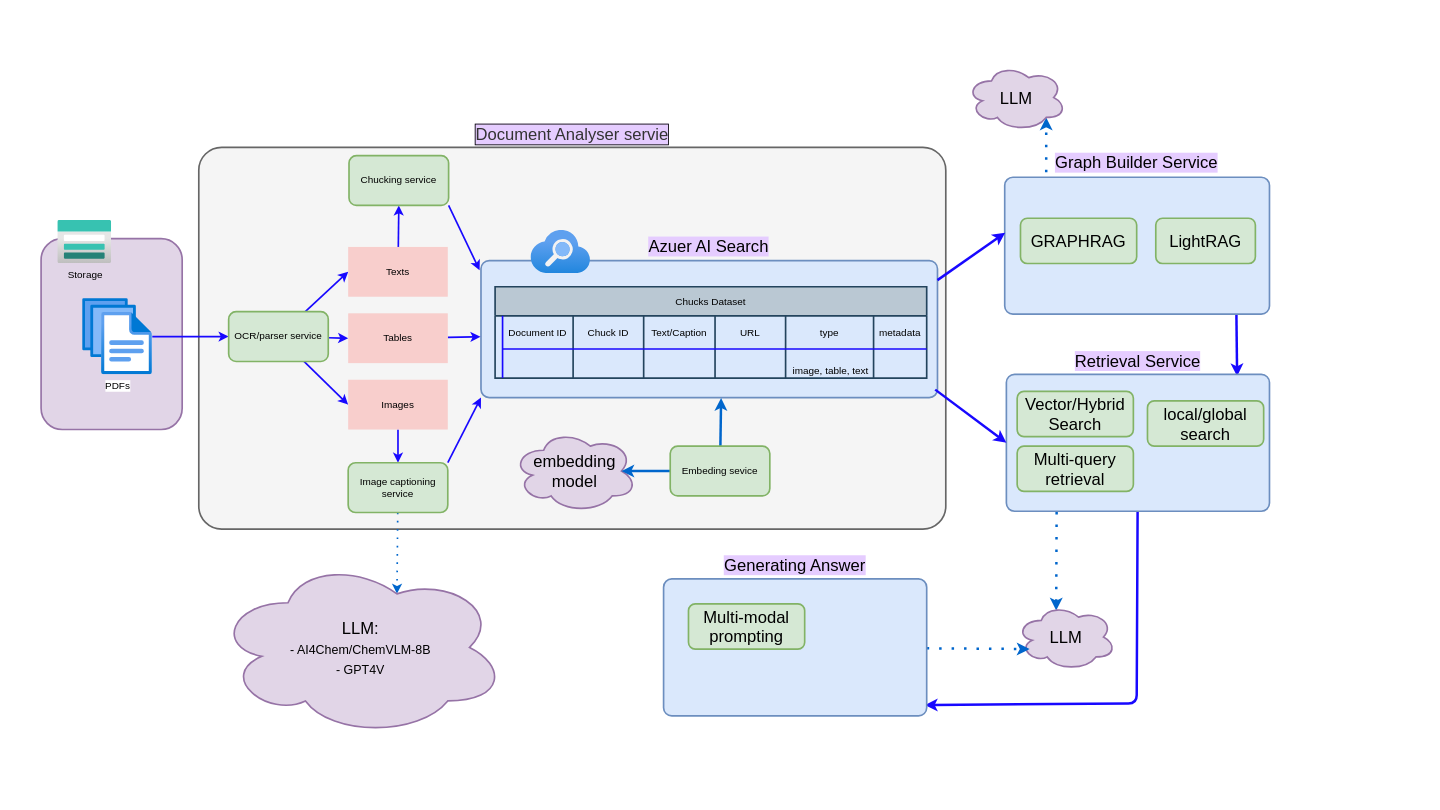
Earlier version of the draw.io diagram page "Architecture" (1 of 2) of docs/document_analyzer/indexing.drawio (iAli61/autosearch). Source tidied: cells renumbered, new cells numbered last; positions are measured from the earlier drawing's top-left corner, leaving out a move shared by most shapes. Both pictures are drawn from the tidied source at 83%, with x=0, y=0 at pixel (41, 64). Pictures stored in the file or linked from it are replaced by grey dashed boxes.
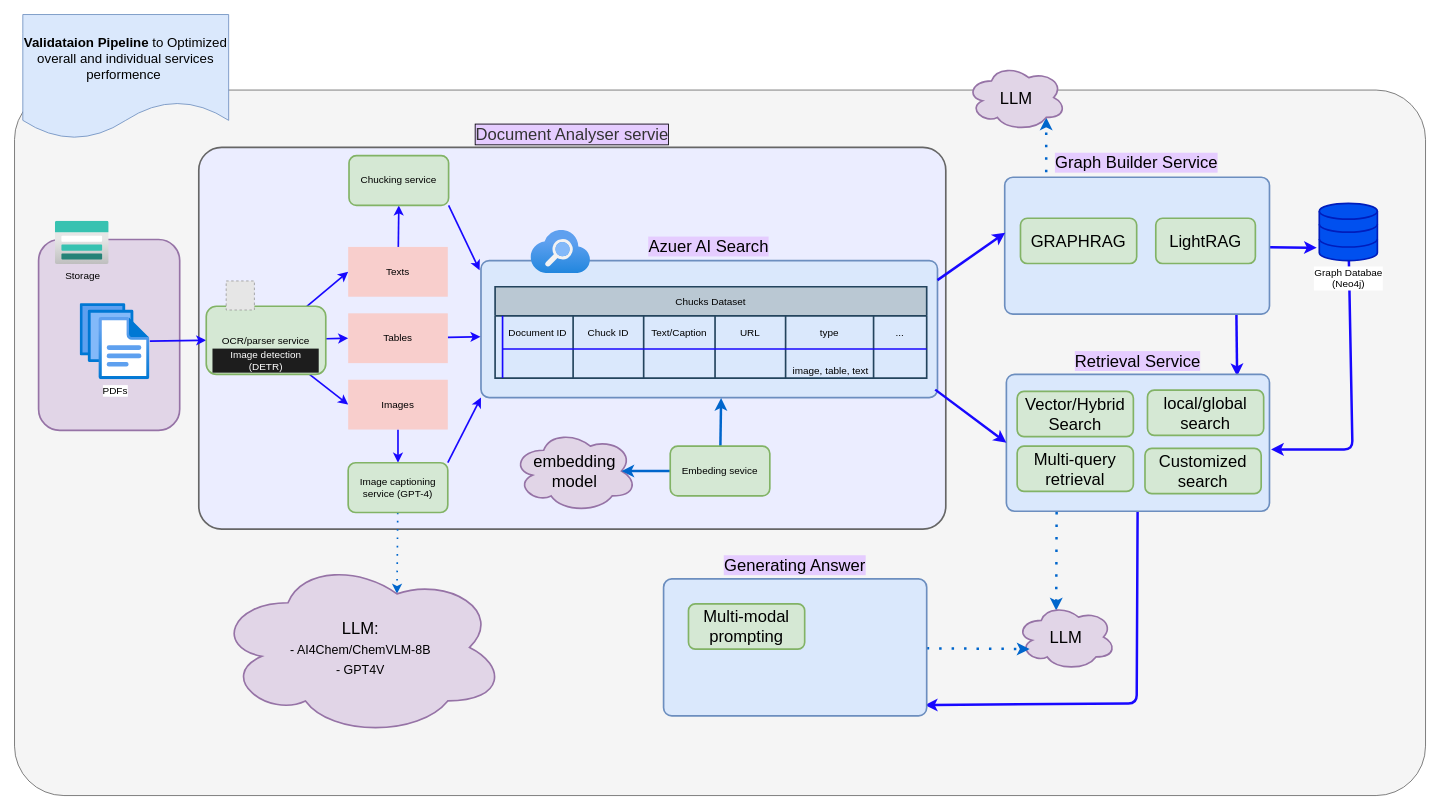
The same page after the edit.

Commit message:
feat: Implement new features for improved document analysis and processing

Unchanged cells that the change refers to:
```xml
<mxCell id="23" style="shape=tableRow;horizontal=0;swimlaneHead=0;swimlaneBody=0;top=0;left=0;bottom=0;right=0;fontStyle=0;fillColor=none;startSize=9;fontColor=#000000;strokeWidth=2;strokeColor=#1808FF;" parent="22" vertex="1">
  <mxGeometry y="35" width="520" height="75" as="geometry" />
</mxCell>
<mxCell id="35" value="Graph Builder Service" style="rounded=1;fillColor=#dae8fc;strokeColor=#6c8ebf;labelPosition=center;verticalLabelPosition=top;align=center;verticalAlign=bottom;labelBackgroundColor=#E5CCFF;labelBorderColor=none;whiteSpace=wrap;html=1;strokeWidth=2;arcSize=6;fontSize=20;fontColor=#000000;spacingLeft=1;spacingBottom=2;spacingRight=2;spacing=3;spacingTop=3;" parent="1" vertex="1">
  <mxGeometry x="1161" y="136" width="319" height="165" as="geometry" />
</mxCell>
<mxCell id="42" value="Retrieval Service" style="rounded=1;fillColor=#dae8fc;strokeColor=#6c8ebf;labelPosition=center;verticalLabelPosition=top;align=center;verticalAlign=bottom;labelBackgroundColor=#E5CCFF;labelBorderColor=none;whiteSpace=wrap;html=1;strokeWidth=2;arcSize=6;fontSize=20;fontColor=#000000;spacingBottom=1;spacing=3;" parent="1" vertex="1">
  <mxGeometry x="1163" y="373.5" width="317" height="165" as="geometry" />
</mxCell>
```

Change to the diagram source:
```diff
@@
+    <mxCell id="57" style="rounded=1;whiteSpace=wrap;html=1;labelBackgroundColor=none;fontSize=16;fontColor=#333333;fillColor=#f5f5f5;strokeColor=#666666;arcSize=7;" parent="1" vertex="1">
+      <mxGeometry x="-32" y="31" width="1700" height="850" as="geometry" />
+    </mxCell>
     <mxCell id="2" style="group;" parent="1" vertex="1">
-      <mxGeometry y="188" width="170" height="270" as="geometry" />
+      <mxGeometry x="-3" y="189" width="170" height="270" as="geometry" />
     </mxCell>
@@
-    <mxCell id="5" value="Document Analyser servie" style="rounded=1;fillColor=#f5f5f5;strokeColor=#666666;labelPosition=center;verticalLabelPosition=top;align=center;verticalAlign=bottom;labelBackgroundColor=#E5CCFF;labelBorderColor=default;whiteSpace=wrap;html=1;strokeWidth=2;arcSize=6;fontSize=20;fontColor=#333333;" parent="1" vertex="1">
+    <mxCell id="5" value="Document Analyser servie" style="rounded=1;fillColor=#EBEDFF;strokeColor=#666666;labelPosition=center;verticalLabelPosition=top;align=center;verticalAlign=bottom;labelBackgroundColor=#E5CCFF;labelBorderColor=default;whiteSpace=wrap;html=1;strokeWidth=2;arcSize=6;fontSize=20;fontColor=#333333;" parent="1" vertex="1">
       <mxGeometry x="190" y="100" width="900" height="460" as="geometry" />
     </mxCell>
@@
     <mxCell id="8" value="PDFs&lt;br&gt;" style="html=1;points=[];align=center;image;fontSize=12;image=img/lib/azure2/general/Files.svg;" parent="1" vertex="1">
-      <mxGeometry x="50" y="282.1" width="84" height="91.9" as="geometry" />
+      <mxGeometry x="47" y="288.1" width="84" height="91.9" as="geometry" />
     </mxCell>
@@
     <mxCell id="12" value="OCR/parser service" style="rounded=1;whiteSpace=wrap;html=1;fillColor=#d5e8d4;strokeColor=#82b366;strokeWidth=2;fontColor=#000000;" parent="1" vertex="1">
-      <mxGeometry x="226" y="298" width="120" height="60" as="geometry" />
+      <mxGeometry x="199" y="291.5" width="144" height="82" as="geometry" />
     </mxCell>
@@
-    <mxCell id="21" value="Image captioning service" style="rounded=1;whiteSpace=wrap;html=1;fillColor=#d5e8d4;strokeColor=#82b366;strokeWidth=2;fontColor=#000000;" parent="1" vertex="1">
+    <mxCell id="21" value="Image captioning service (GPT-4)" style="rounded=1;whiteSpace=wrap;html=1;fillColor=#d5e8d4;strokeColor=#82b366;strokeWidth=2;fontColor=#000000;" parent="1" vertex="1">
       <mxGeometry x="370" y="480" width="120" height="60" as="geometry" />
     </mxCell>
@@
-    <mxCell id="29" value="metadata" style="swimlane;swimlaneHead=0;swimlaneBody=0;fontStyle=0;fillColor=none;startSize=40;fontColor=#000000;strokeWidth=2;strokeColor=#1808FF;" parent="23" vertex="1">
+    <mxCell id="29" value="..." style="swimlane;swimlaneHead=0;swimlaneBody=0;fontStyle=0;fillColor=none;startSize=40;fontColor=#000000;strokeWidth=2;strokeColor=#1808FF;" parent="23" vertex="1">
       <mxGeometry x="456" width="64" height="75" as="geometry" />
     </mxCell>
@@
+    <mxCell id="58" style="edgeStyle=none;html=1;entryX=-0.043;entryY=0.775;entryDx=0;entryDy=0;entryPerimeter=0;fontColor=#000000;strokeWidth=3;strokeColor=#1808FF;" parent="1" edge="1" source="35" target="62">
+      <mxGeometry relative="1" as="geometry" />
+    </mxCell>
@@
     <mxCell id="50" value="local/global&lt;br&gt;search" style="rounded=1;whiteSpace=wrap;html=1;labelBackgroundColor=none;labelBorderColor=none;strokeColor=#82b366;strokeWidth=2;fontSize=20;fillColor=#d5e8d4;fontColor=#000000;" parent="1" vertex="1">
-      <mxGeometry x="1333" y="405.5" width="140" height="54.5" as="geometry" />
+      <mxGeometry x="1333" y="392.5" width="140" height="54.5" as="geometry" />
     </mxCell>
@@
+    <mxCell id="59" style="fillColor=#E6E6E6;strokeColor=#999999;dashed=1;verticalLabelPosition=bottom;labelBackgroundColor=default;verticalAlign=top;" parent="1" vertex="1">
+      <mxGeometry x="223" y="261" width="34" height="35" as="geometry" />
+    </mxCell>
+    <mxCell id="60" value="&lt;font&gt;Image detection (DETR)&lt;/font&gt;" style="rounded=0;whiteSpace=wrap;html=1;fillColor=#eeeeee;strokeColor=none;labelBackgroundColor=#1D1D1D;fontColor=#FFFFFF;" parent="1" vertex="1">
+      <mxGeometry x="206" y="356" width="130" as="geometry" />
+    </mxCell>
+    <mxCell id="61" style="edgeStyle=none;html=1;entryX=1.006;entryY=0.548;entryDx=0;entryDy=0;entryPerimeter=0;strokeColor=#1808FF;strokeWidth=3;fontColor=#000000;" parent="1" edge="1" source="62" target="42">
+      <mxGeometry relative="1" as="geometry">
+        <Array as="points">
+          <mxPoint x="1580" y="464" />
+        </Array>
+      </mxGeometry>
+    </mxCell>
+    <mxCell id="62" value="&lt;font color=&quot;#000000&quot;&gt;Graph Databae&lt;br&gt;(Neo4j)&lt;br&gt;&lt;/font&gt;" style="html=1;verticalLabelPosition=bottom;align=center;labelBackgroundColor=#ffffff;verticalAlign=top;strokeWidth=2;strokeColor=#001DBC;shadow=0;dashed=0;shape=mxgraph.ios7.icons.data;fillColor=#0050ef;fontColor=#ffffff;" parent="1" vertex="1">
+      <mxGeometry x="1540" y="167.5" width="70" height="69" as="geometry" />
+    </mxCell>
+    <mxCell id="63" value="Customized&lt;br&gt;search" style="rounded=1;whiteSpace=wrap;html=1;labelBackgroundColor=none;labelBorderColor=none;strokeColor=#82b366;strokeWidth=2;fontSize=20;fillColor=#d5e8d4;fontColor=#000000;" parent="1" vertex="1">
+      <mxGeometry x="1330" y="462.8" width="140" height="54.5" as="geometry" />
+    </mxCell>
+    <mxCell id="64" value="&lt;b&gt;&lt;span style=&quot;color: rgb(0, 0, 0); font-family: Helvetica; font-size: 16px; font-style: normal; font-variant-ligatures: normal; font-variant-caps: normal; letter-spacing: normal; orphans: 2; text-align: center; text-indent: 0px; text-transform: none; widows: 2; word-spacing: 0px; -webkit-text-stroke-width: 0px; text-decoration-thickness: initial; text-decoration-style: initial; text-decoration-color: initial; float: none; display: inline !important;&quot;&gt;Validataion Pipeline&lt;/span&gt;&lt;/b&gt;&lt;span style=&quot;color: rgb(0, 0, 0); font-family: Helvetica; font-size: 16px; font-style: normal; font-variant-ligatures: normal; font-variant-caps: normal; font-weight: 400; letter-spacing: normal; orphans: 2; text-align: center; text-indent: 0px; text-transform: none; widows: 2; word-spacing: 0px; -webkit-text-stroke-width: 0px; text-decoration-thickness: initial; text-decoration-style: initial; text-decoration-color: initial; float: none; display: inline !important;&quot;&gt; to Optimized overall and individual services performence&amp;nbsp;&lt;/span&gt;" style="shape=document;whiteSpace=wrap;html=1;boundedLbl=1;labelBackgroundColor=none;fillColor=#dae8fc;strokeColor=#6c8ebf;" parent="1" vertex="1">
+      <mxGeometry x="-22" y="-60" width="248" height="150" as="geometry" />
+    </mxCell>
```
